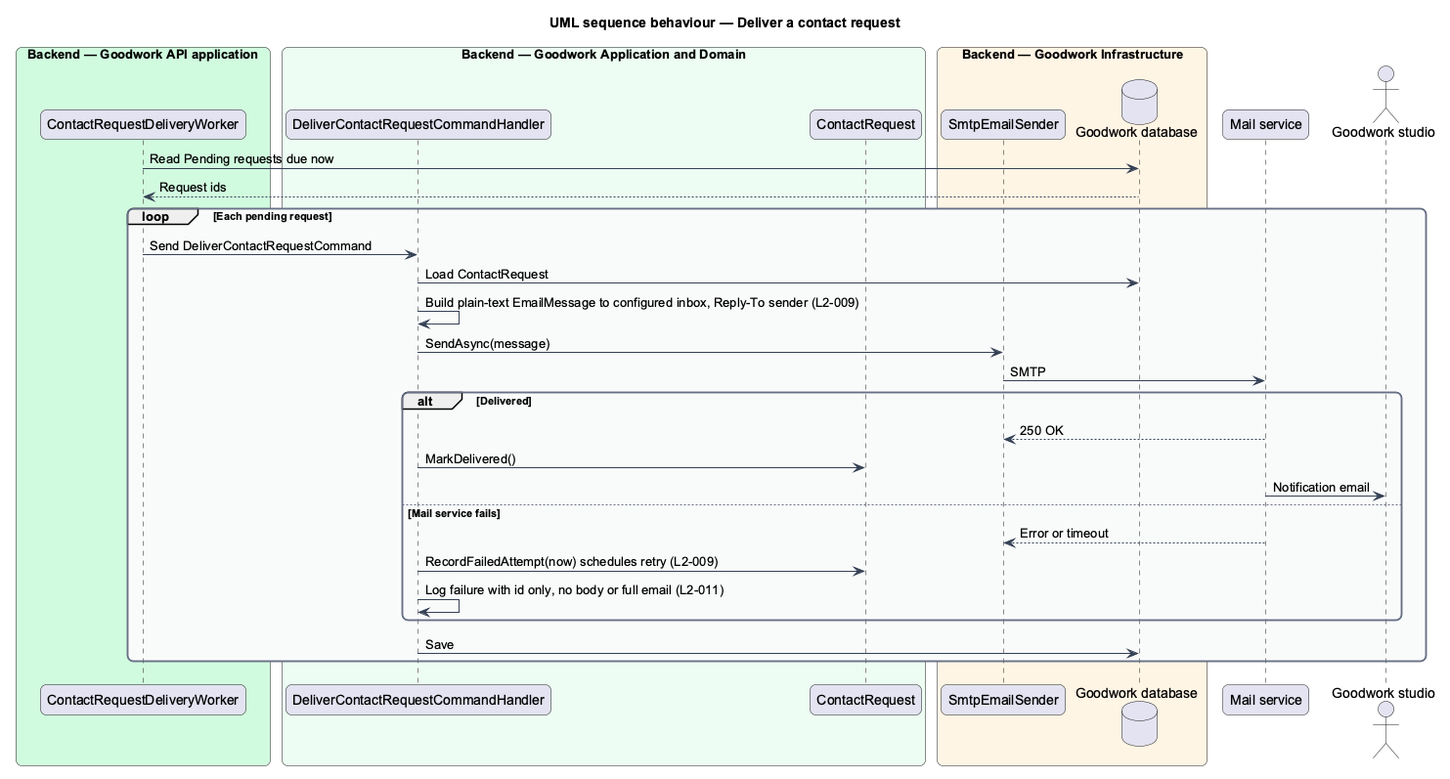
QuinntyneBrown/goodwork keeps this PlantUML diagram as docs/detailed-designs/contact/deliver-contact-request/diagrams/sequence-deliver.png. Above is the earlier version. Source of this version:
```plantuml
@startuml
title UML sequence behaviour — Deliver a contact request
skinparam backgroundColor #FFFFFF
skinparam shadowing false
skinparam roundcorner 12
skinparam defaultFontName Arial
skinparam ArrowColor #344054
skinparam rectangle {
  BorderColor #344054
  FontColor #101828
}
skinparam package {
  BorderColor #667085
  FontColor #101828
  BackgroundColor #F9FAFB
}
box "Backend — Goodwork API application" #D1FADF
  participant "ContactRequestDeliveryWorker" as worker
end box
box "Backend — Goodwork Application and Domain" #ECFDF3
  participant "DeliverContactRequestCommandHandler" as handler
  participant "ContactRequest" as entity
end box
box "Backend — Goodwork Infrastructure" #FFF4E5
  participant "SmtpEmailSender" as sender
  database "Goodwork database" as db
end box
participant "Mail service" as mail
actor "Goodwork studio" as studio
worker -> db : Read Pending requests due now
db --> worker : Request ids
loop Each pending request
  worker -> handler : Send DeliverContactRequestCommand
  handler -> db : Load ContactRequest
  handler -> handler : Build plain-text EmailMessage to configured inbox, Reply-To sender (L2-009)
  handler -> sender : SendAsync(message)
  sender -> mail : SMTP
  alt Delivered
    mail --> sender : 250 OK
    handler -> entity : MarkDelivered()
    mail -> studio : Notification email
  else Mail service fails
    mail --> sender : Error or timeout
    handler -> entity : RecordFailedAttempt(now) schedules retry (L2-009)
    handler -> handler : Log failure with id only, no body or full email (L2-011)
  end
  handler -> db : Save
end
@enduml
```
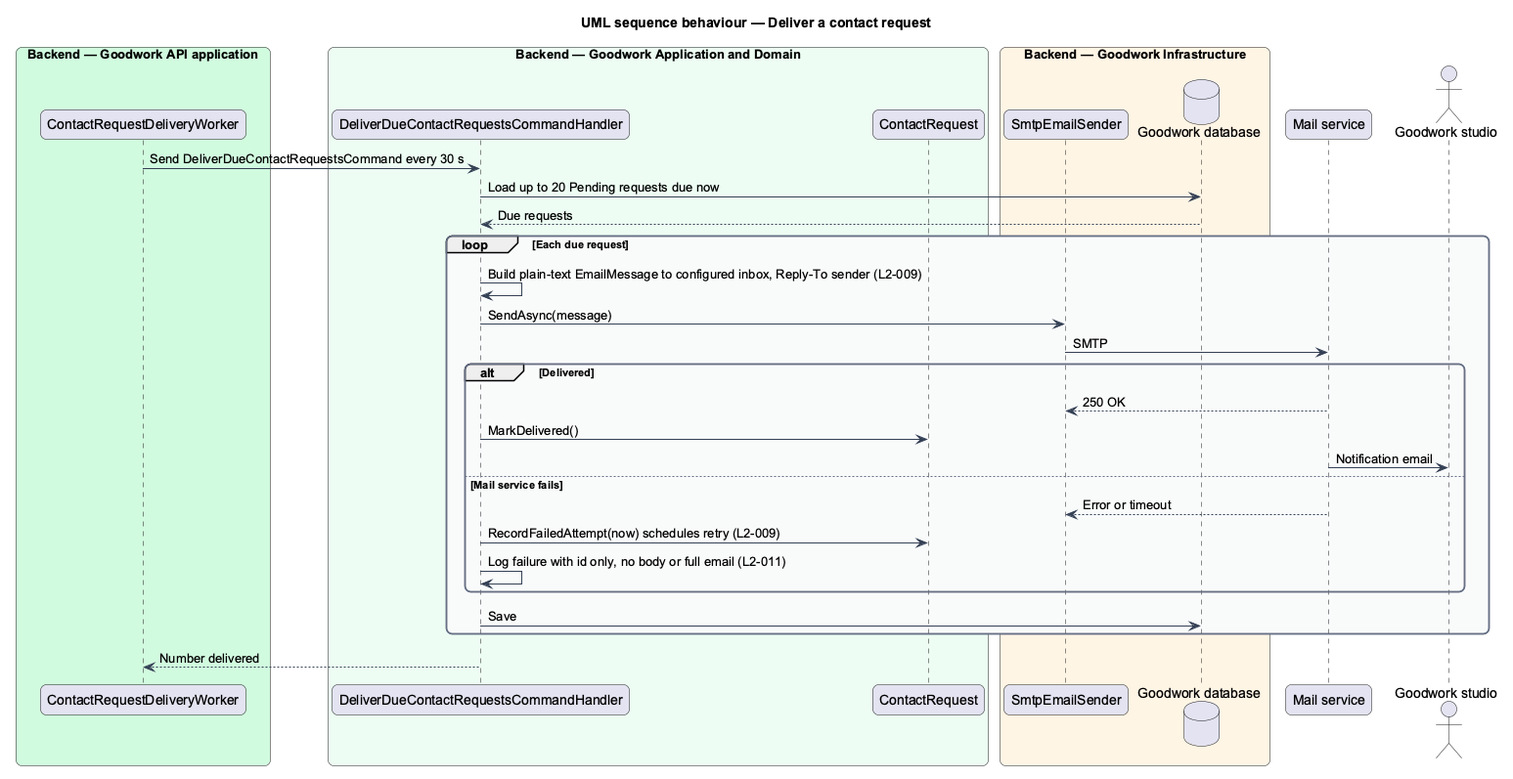
The same diagram one commit later.

Diff of the diagram source:
```diff
@@ -18,7 +18,7 @@
   participant "ContactRequestDeliveryWorker" as worker
 end box
 box "Backend — Goodwork Application and Domain" #ECFDF3
-  participant "DeliverContactRequestCommandHandler" as handler
+  participant "DeliverDueContactRequestsCommandHandler" as handler
   participant "ContactRequest" as entity
 end box
 box "Backend — Goodwork Infrastructure" #FFF4E5
@@ -27,11 +27,10 @@
 end box
 participant "Mail service" as mail
 actor "Goodwork studio" as studio
-worker -> db : Read Pending requests due now
-db --> worker : Request ids
-loop Each pending request
-  worker -> handler : Send DeliverContactRequestCommand
-  handler -> db : Load ContactRequest
+worker -> handler : Send DeliverDueContactRequestsCommand every 30 s
+handler -> db : Load up to 20 Pending requests due now
+db --> handler : Due requests
+loop Each due request
   handler -> handler : Build plain-text EmailMessage to configured inbox, Reply-To sender (L2-009)
   handler -> sender : SendAsync(message)
   sender -> mail : SMTP
@@ -46,4 +45,5 @@
   end
   handler -> db : Save
 end
+handler --> worker : Number delivered
 @enduml
```
